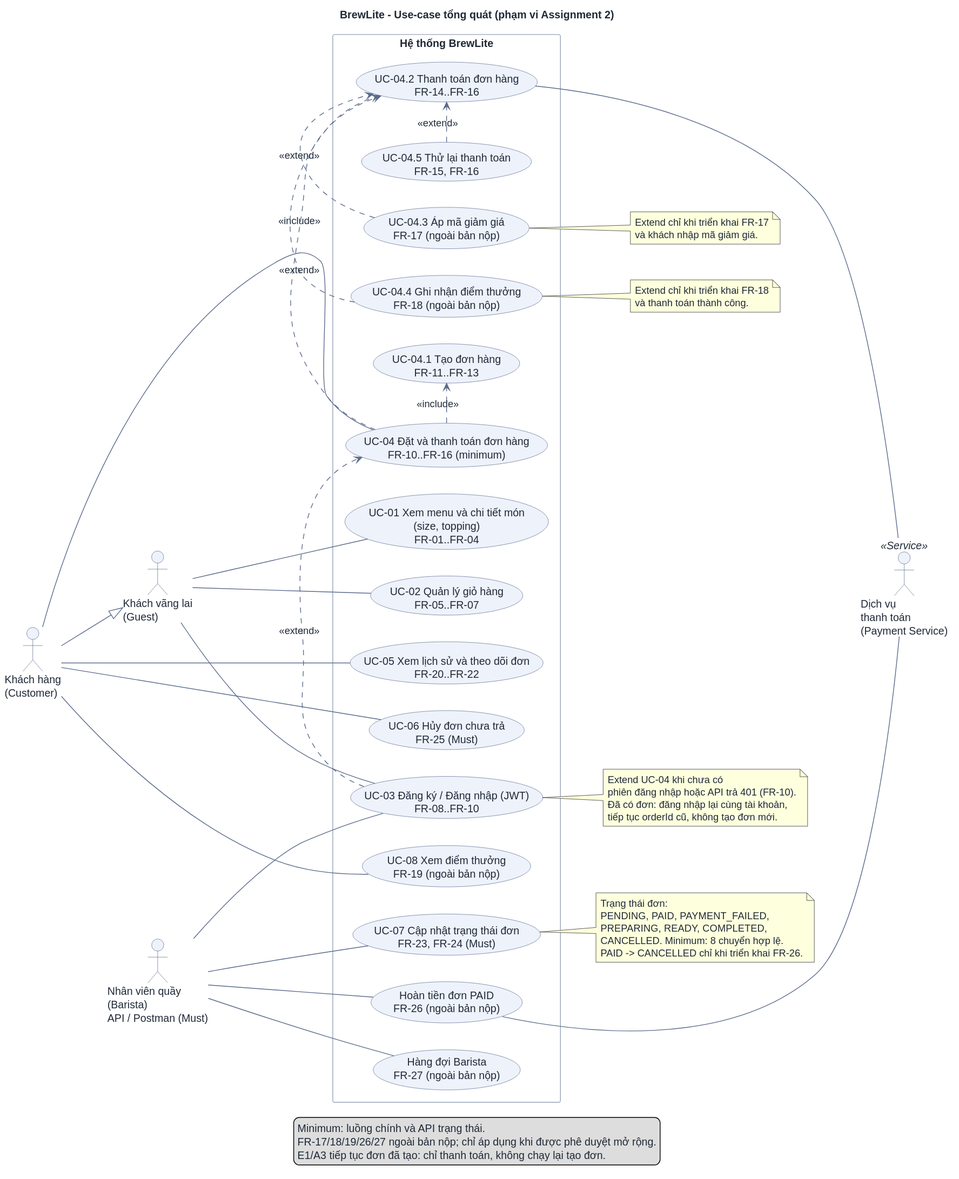
The PlantUML diagram docs/requirements/use-case-overview.svg in DuVinhLoi/BrewLite, before a commit.
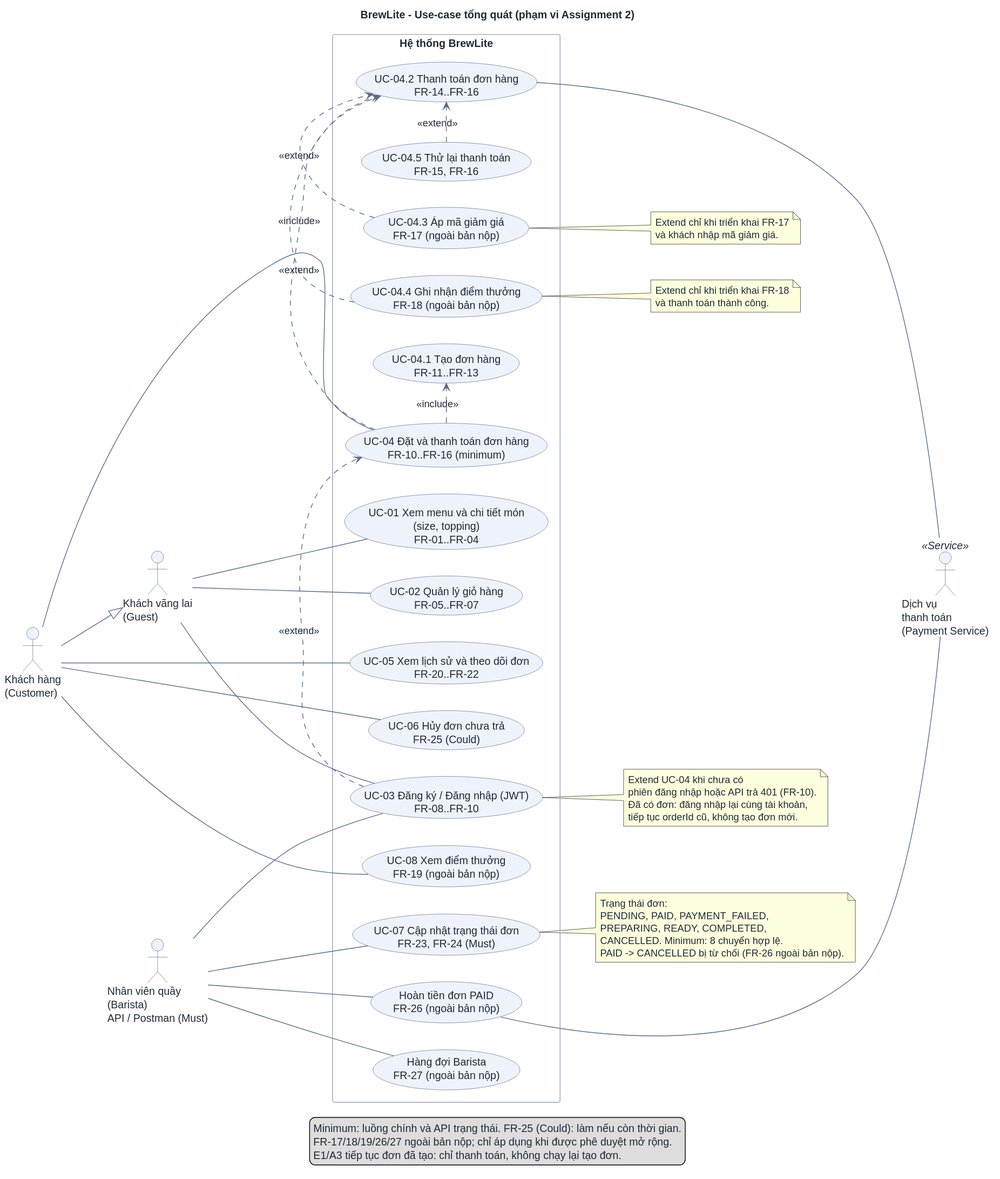
The same file after the commit.

Commit message:
docs(requirements): trim SRS to submission minimum

Diff of the diagram source:
```diff
@@ -34,7 +34,7 @@
   usecase "UC-04.4 Ghi nhận điểm thưởng\nFR-18 (ngoài bản nộp)" as UC044
   usecase "UC-04.5 Thử lại thanh toán\nFR-15, FR-16" as UC045
   usecase "UC-05 Xem lịch sử và theo dõi đơn\nFR-20..FR-22" as UC05
-  usecase "UC-06 Hủy đơn chưa trả\nFR-25 (Must)" as UC06
+  usecase "UC-06 Hủy đơn chưa trả\nFR-25 (Could)" as UC06
   usecase "UC-07 Cập nhật trạng thái đơn\nFR-23, FR-24 (Must)" as UC07
   usecase "Hoàn tiền đơn PAID\nFR-26 (ngoài bản nộp)" as Refund
   usecase "Hàng đợi Barista\nFR-27 (ngoài bản nộp)" as Queue
@@ -77,7 +77,7 @@
   PENDING, PAID, PAYMENT_FAILED,
   PREPARING, READY, COMPLETED,
   CANCELLED. Minimum: 8 chuyển hợp lệ.
-  PAID -> CANCELLED chỉ khi triển khai FR-26.
+  PAID -> CANCELLED bị từ chối (FR-26 ngoài bản nộp).
 end note
 
 note right of UC043
@@ -91,7 +91,7 @@
 end note
 
 legend bottom
-  Minimum: luồng chính và API trạng thái.
+  Minimum: luồng chính và API trạng thái. FR-25 (Could): làm nếu còn thời gian.
   FR-17/18/19/26/27 ngoài bản nộp; chỉ áp dụng khi được phê duyệt mở rộng.
   E1/A3 tiếp tục đơn đã tạo: chỉ thanh toán, không chạy lại tạo đơn.
 endlegend
```
